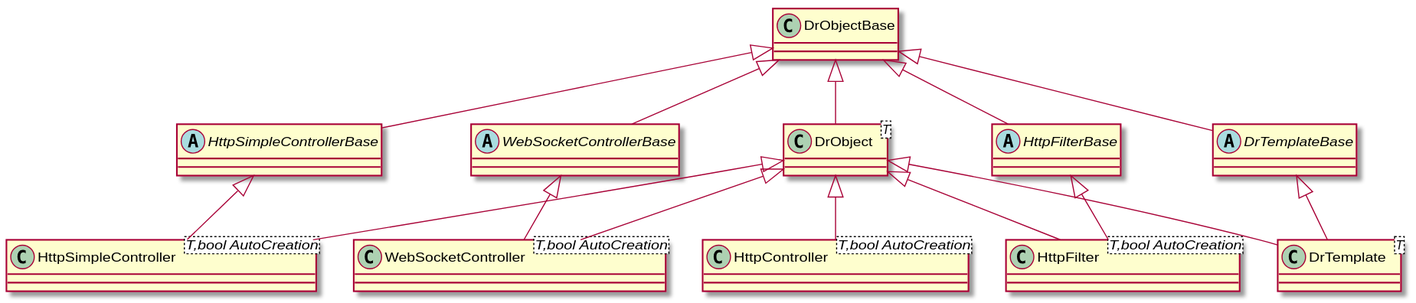
Above: drogon/puml/drobjectbase_hierarchy.svg in bkryza/clang-uml-examples (PlantUML), before the change. Its diagram source:
```plantuml
@startuml
class "HttpController<T,bool AutoCreation>" as C_0000000137
class C_0000000137 {
}
abstract "HttpSimpleControllerBase" as C_0000000226
abstract C_0000000226 {
}
class "HttpSimpleController<T,bool AutoCreation>" as C_0000000232
class C_0000000232 {
}
class "DrTemplate<T>" as C_0000000375
class C_0000000375 {
}
class "DrObjectBase" as C_0000000380
class C_0000000380 {
}
class "DrObject<T>" as C_0000000384
class C_0000000384 {
}
abstract "WebSocketControllerBase" as C_0000000401
abstract C_0000000401 {
}
class "WebSocketController<T,bool AutoCreation>" as C_0000000417
class C_0000000417 {
}
abstract "HttpFilterBase" as C_0000000455
abstract C_0000000455 {
}
class "HttpFilter<T,bool AutoCreation>" as C_0000000467
class C_0000000467 {
}
abstract "DrTemplateBase" as C_0000000525
abstract C_0000000525 {
}
C_0000000384 <|-- C_0000000137
C_0000000380 <|-- C_0000000226
C_0000000384 <|-- C_0000000232
C_0000000226 <|-- C_0000000232
C_0000000384 <|-- C_0000000375
C_0000000525 <|-- C_0000000375
C_0000000380 <|-- C_0000000384
C_0000000380 <|-- C_0000000401
C_0000000384 <|-- C_0000000417
C_0000000401 <|-- C_0000000417
C_0000000380 <|-- C_0000000455
C_0000000384 <|-- C_0000000467
C_0000000455 <|-- C_0000000467
C_0000000380 <|-- C_0000000525
@enduml
```
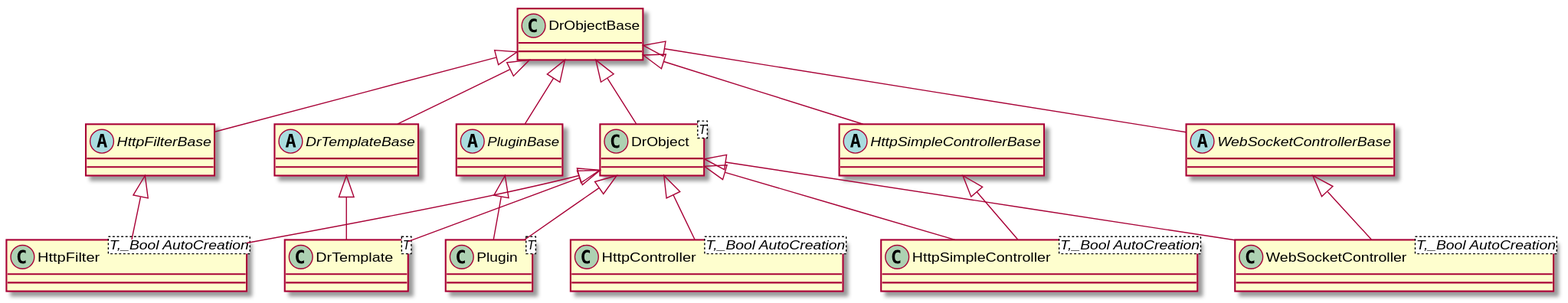
Above is the later version.

Change to the diagram source:
```diff
@@ -1,49 +1,58 @@
 @startuml
-class "HttpController<T,bool AutoCreation>" as C_0000000137
-class C_0000000137 {
+class "DrObjectBase" as C_0000948678946378292650
+class C_0000948678946378292650 {
 }
-abstract "HttpSimpleControllerBase" as C_0000000226
-abstract C_0000000226 {
+class "DrObject<T>" as C_0000928351319055387329
+class C_0000928351319055387329 {
 }
-class "HttpSimpleController<T,bool AutoCreation>" as C_0000000232
-class C_0000000232 {
+abstract "HttpFilterBase" as C_0001287349830889935744
+abstract C_0001287349830889935744 {
 }
-class "DrTemplate<T>" as C_0000000375
-class C_0000000375 {
+class "HttpFilter<T,_Bool AutoCreation>" as C_0000031631007973654078
+class C_0000031631007973654078 {
 }
-class "DrObjectBase" as C_0000000380
-class C_0000000380 {
+abstract "DrTemplateBase" as C_0000286555068366301766
+abstract C_0000286555068366301766 {
 }
-class "DrObject<T>" as C_0000000384
-class C_0000000384 {
+class "DrTemplate<T>" as C_0000730908334399288167
+class C_0000730908334399288167 {
 }
-abstract "WebSocketControllerBase" as C_0000000401
-abstract C_0000000401 {
+abstract "PluginBase" as C_0001766132705992294525
+abstract C_0001766132705992294525 {
 }
-class "WebSocketController<T,bool AutoCreation>" as C_0000000417
-class C_0000000417 {
+class "Plugin<T>" as C_0000090245984191403772
+class C_0000090245984191403772 {
 }
-abstract "HttpFilterBase" as C_0000000455
-abstract C_0000000455 {
+abstract "HttpSimpleControllerBase" as C_0000128620413217137181
+abstract C_0000128620413217137181 {
 }
-class "HttpFilter<T,bool AutoCreation>" as C_0000000467
-class C_0000000467 {
+abstract "WebSocketControllerBase" as C_0001615046545627727628
+abstract C_0001615046545627727628 {
 }
-abstract "DrTemplateBase" as C_0000000525
-abstract C_0000000525 {
+class "HttpSimpleController<T,_Bool AutoCreation>" as C_0001833788982003182044
+class C_0001833788982003182044 {
 }
-C_0000000384 <|-- C_0000000137
-C_0000000380 <|-- C_0000000226
-C_0000000384 <|-- C_0000000232
-C_0000000226 <|-- C_0000000232
-C_0000000384 <|-- C_0000000375
-C_0000000525 <|-- C_0000000375
-C_0000000380 <|-- C_0000000384
-C_0000000380 <|-- C_0000000401
-C_0000000384 <|-- C_0000000417
-C_0000000401 <|-- C_0000000417
-C_0000000380 <|-- C_0000000455
-C_0000000384 <|-- C_0000000467
-C_0000000455 <|-- C_0000000467
-C_0000000380 <|-- C_0000000525
+class "HttpController<T,_Bool AutoCreation>" as C_0001995789392269599386
+class C_0001995789392269599386 {
+}
+class "WebSocketController<T,_Bool AutoCreation>" as C_0000806111021869891832
+class C_0000806111021869891832 {
+}
+C_0000948678946378292650 <|-- C_0000928351319055387329
+C_0000948678946378292650 <|-- C_0001287349830889935744
+C_0000928351319055387329 <|-- C_0000031631007973654078
+C_0001287349830889935744 <|-- C_0000031631007973654078
+C_0000948678946378292650 <|-- C_0000286555068366301766
+C_0000928351319055387329 <|-- C_0000730908334399288167
+C_0000286555068366301766 <|-- C_0000730908334399288167
+C_0000948678946378292650 <|-- C_0001766132705992294525
+C_0001766132705992294525 <|-- C_0000090245984191403772
+C_0000928351319055387329 <|-- C_0000090245984191403772
+C_0000948678946378292650 <|-- C_0000128620413217137181
+C_0000948678946378292650 <|-- C_0001615046545627727628
+C_0000928351319055387329 <|-- C_0001833788982003182044
+C_0000128620413217137181 <|-- C_0001833788982003182044
+C_0000928351319055387329 <|-- C_0001995789392269599386
+C_0000928351319055387329 <|-- C_0000806111021869891832
+C_0001615046545627727628 <|-- C_0000806111021869891832
 @enduml
```
